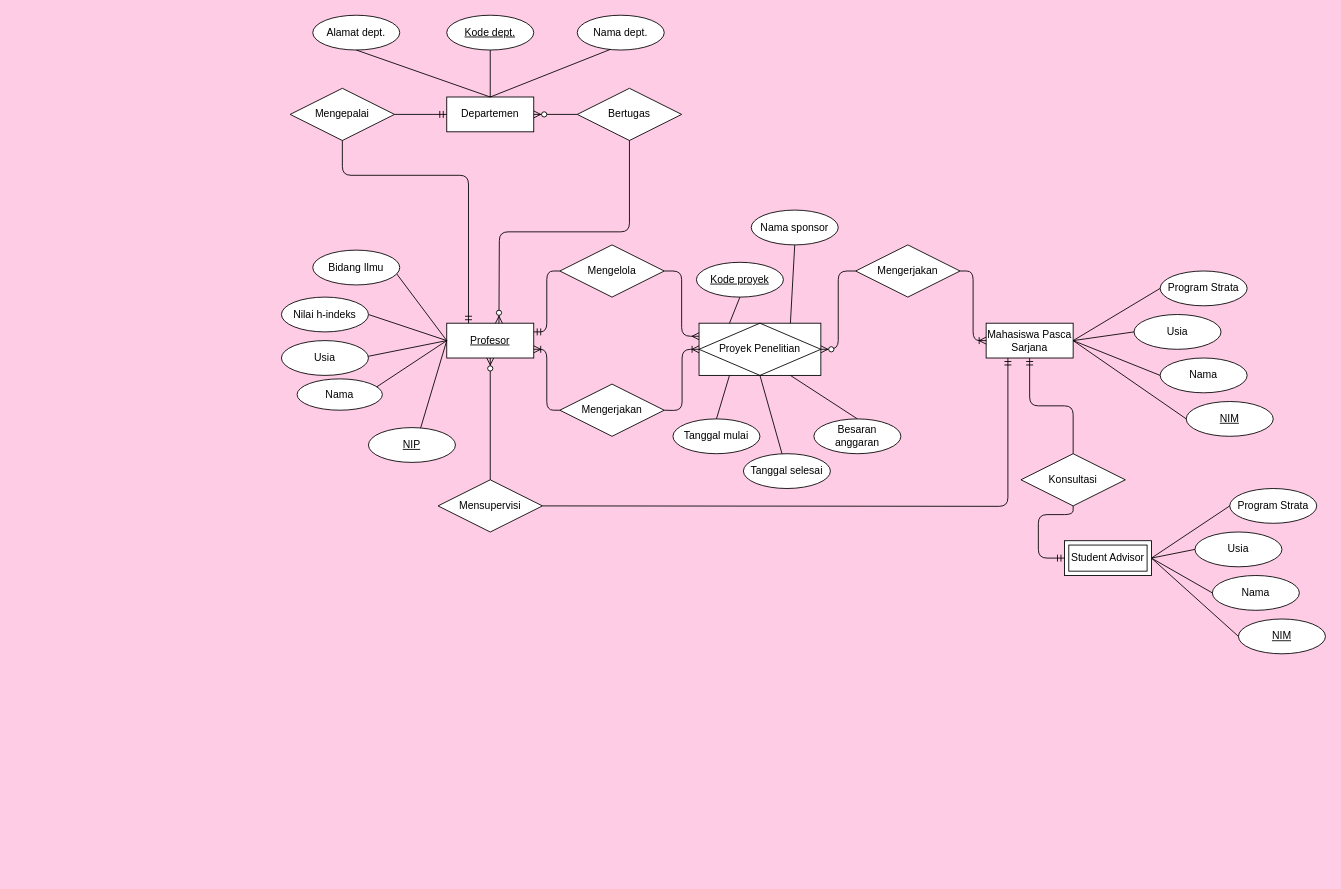
Above: diagram ERD.drawio in oktvindh/Tugas (draw.io), before the change. Source tidied: cells renumbered, new cells numbered last; positions are measured from the earlier drawing's top-left corner, leaving out a move shared by most shapes. Both pictures are drawn from the tidied source at 87%, with x=0, y=0 at pixel (272, 15).
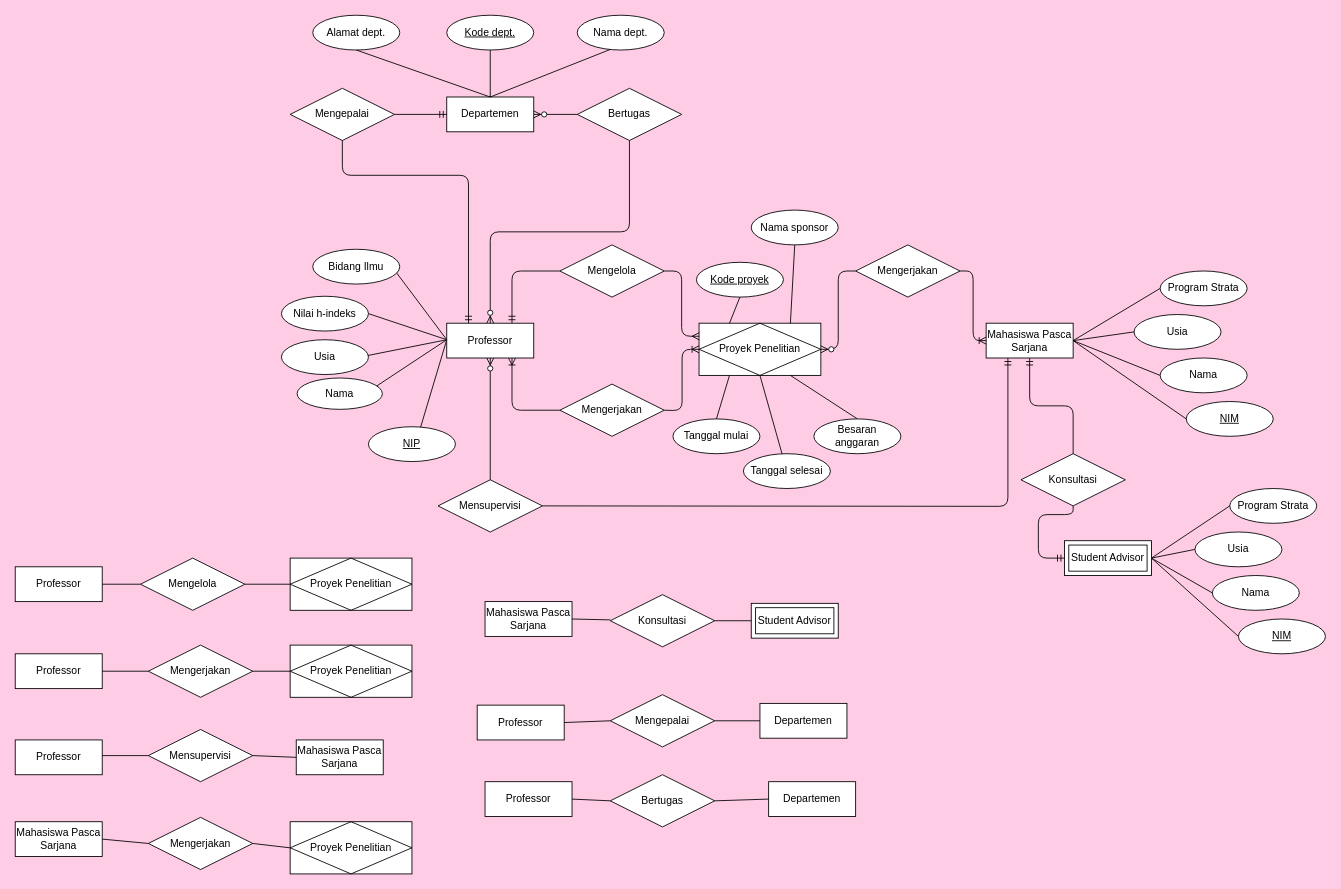
After the change.

Unchanged cells that the change refers to:
```xml
<mxCell id="24" value="NIP" style="ellipse;whiteSpace=wrap;html=1;align=center;fontStyle=4;" parent="22" vertex="1">
  <mxGeometry x="110" y="200" width="100" height="40" as="geometry" />
</mxCell>
<mxCell id="34" value="Mengelola" style="shape=rhombus;perimeter=rhombusPerimeter;whiteSpace=wrap;html=1;align=center;" parent="1" vertex="1">
  <mxGeometry x="330" y="264" width="120" height="60" as="geometry" />
</mxCell>
<mxCell id="35" value="Mengerjakan" style="shape=rhombus;perimeter=rhombusPerimeter;whiteSpace=wrap;html=1;align=center;" parent="1" vertex="1">
  <mxGeometry x="330" y="424" width="120" height="60" as="geometry" />
</mxCell>
<mxCell id="37" value="Mensupervisi" style="shape=rhombus;perimeter=rhombusPerimeter;whiteSpace=wrap;html=1;align=center;" parent="1" vertex="1">
  <mxGeometry x="190" y="534" width="120" height="60" as="geometry" />
</mxCell>
<mxCell id="46" value="Mengepalai" style="shape=rhombus;perimeter=rhombusPerimeter;whiteSpace=wrap;html=1;align=center;" parent="1" vertex="1">
  <mxGeometry x="20" y="84" width="120" height="60" as="geometry" />
</mxCell>
<mxCell id="47" value="Bertugas" style="shape=rhombus;perimeter=rhombusPerimeter;whiteSpace=wrap;html=1;align=center;" parent="1" vertex="1">
  <mxGeometry x="350" y="84" width="120" height="60" as="geometry" />
</mxCell>
```

Diff of the diagram source:
```diff
@@
     <mxCell id="22" style="group;fontStyle=0;" parent="1" vertex="1">
-      <mxGeometry y="274" width="300" height="240" as="geometry" />
+      <mxGeometry y="273" width="300" height="240" as="geometry" />
     </mxCell>
-    <mxCell id="23" value="Profesor" style="whiteSpace=wrap;html=1;align=center;fontStyle=4;" parent="22" vertex="1">
-      <mxGeometry x="200" y="80" width="100" height="40" as="geometry" />
-    </mxCell>
@@
-    <mxCell id="25" style="endArrow=none;html=1;exitX=0.599;exitY=0.019;exitDx=0;exitDy=0;exitPerimeter=0;fontStyle=4;entryX=0;entryY=0.5;entryDx=0;entryDy=0;" parent="22" edge="1" source="24" target="23">
-      <mxGeometry relative="1" as="geometry" />
+    <mxCell id="25" style="endArrow=none;html=1;exitX=0.599;exitY=0.019;exitDx=0;exitDy=0;exitPerimeter=0;fontStyle=4;entryX=0;entryY=0.5;entryDx=0;entryDy=0;" parent="22" edge="1" source="24">
+      <mxGeometry relative="1" as="geometry">
+        <mxPoint x="200" y="100" as="targetPoint" />
+      </mxGeometry>
     </mxCell>
@@
-    <mxCell id="27" style="endArrow=none;html=1;entryX=0;entryY=0.5;entryDx=0;entryDy=0;exitX=1;exitY=0.5;exitDx=0;exitDy=0;fontStyle=4;" parent="22" edge="1" target="23">
+    <mxCell id="27" style="endArrow=none;html=1;entryX=0;entryY=0.5;entryDx=0;entryDy=0;exitX=1;exitY=0.5;exitDx=0;exitDy=0;fontStyle=4;" parent="22" edge="1">
       <mxGeometry relative="1" as="geometry">
         <mxPoint x="100" y="120" as="sourcePoint" />
+        <mxPoint x="200" y="100" as="targetPoint" />
       </mxGeometry>
     </mxCell>
-    <mxCell id="28" style="endArrow=none;html=1;exitX=1;exitY=0.5;exitDx=0;exitDy=0;entryX=0;entryY=0.5;entryDx=0;entryDy=0;fontStyle=4;" parent="22" edge="1" target="23">
+    <mxCell id="28" style="endArrow=none;html=1;exitX=1;exitY=0.5;exitDx=0;exitDy=0;entryX=0;entryY=0.5;entryDx=0;entryDy=0;fontStyle=4;" parent="22" edge="1">
       <mxGeometry relative="1" as="geometry">
         <mxPoint x="110" y="70" as="sourcePoint" />
+        <mxPoint x="200" y="100" as="targetPoint" />
       </mxGeometry>
     </mxCell>
-    <mxCell id="29" style="endArrow=none;html=1;entryX=0;entryY=0.5;entryDx=0;entryDy=0;exitX=1;exitY=0.5;exitDx=0;exitDy=0;fontStyle=4;" parent="22" edge="1" target="23">
+    <mxCell id="29" style="endArrow=none;html=1;entryX=0;entryY=0.5;entryDx=0;entryDy=0;exitX=1;exitY=0.5;exitDx=0;exitDy=0;fontStyle=4;" parent="22" edge="1">
       <mxGeometry relative="1" as="geometry">
         <mxPoint x="140" y="20" as="sourcePoint" />
+        <mxPoint x="200" y="100" as="targetPoint" />
       </mxGeometry>
     </mxCell>
@@
+    <mxCell id="71" value="Professor" style="whiteSpace=wrap;html=1;align=center;" parent="22" vertex="1">
+      <mxGeometry x="200" y="81" width="100" height="40" as="geometry" />
+    </mxCell>
@@
-    <mxCell id="38" style="edgeStyle=orthogonalEdgeStyle;fontSize=12;html=1;endArrow=ERmandOne;entryX=1;entryY=0.25;entryDx=0;entryDy=0;exitX=0;exitY=0.5;exitDx=0;exitDy=0;" parent="1" edge="1" source="34" target="23">
+    <mxCell id="38" style="edgeStyle=orthogonalEdgeStyle;fontSize=12;html=1;endArrow=ERmandOne;entryX=0.75;entryY=0;entryDx=0;entryDy=0;exitX=0;exitY=0.5;exitDx=0;exitDy=0;" parent="1" edge="1" source="34" target="71">
       <mxGeometry relative="1" as="geometry" />
     </mxCell>
@@
-    <mxCell id="40" style="edgeStyle=orthogonalEdgeStyle;fontSize=12;html=1;endArrow=ERoneToMany;exitX=0;exitY=0.5;exitDx=0;exitDy=0;entryX=1;entryY=0.75;entryDx=0;entryDy=0;" parent="1" edge="1" source="35" target="23">
+    <mxCell id="40" style="edgeStyle=orthogonalEdgeStyle;fontSize=12;html=1;endArrow=ERoneToMany;exitX=0;exitY=0.5;exitDx=0;exitDy=0;entryX=0.75;entryY=1;entryDx=0;entryDy=0;" parent="1" edge="1" source="35" target="71">
       <mxGeometry relative="1" as="geometry" />
     </mxCell>
@@
-    <mxCell id="44" style="fontSize=12;html=1;endArrow=ERzeroToMany;endFill=1;exitX=0.5;exitY=0;exitDx=0;exitDy=0;entryX=0.5;entryY=1;entryDx=0;entryDy=0;" parent="1" edge="1" source="37" target="23">
-      <mxGeometry relative="1" as="geometry" />
+    <mxCell id="44" style="fontSize=12;html=1;endArrow=ERzeroToMany;endFill=1;exitX=0.5;exitY=0;exitDx=0;exitDy=0;entryX=0.5;entryY=1;entryDx=0;entryDy=0;" parent="1" edge="1" source="37">
+      <mxGeometry relative="1" as="geometry">
+        <mxPoint x="250" y="394" as="targetPoint" />
+      </mxGeometry>
     </mxCell>
@@
-    <mxCell id="49" style="edgeStyle=orthogonalEdgeStyle;fontSize=12;html=1;endArrow=ERmandOne;entryX=0.25;entryY=0;entryDx=0;entryDy=0;exitX=0.5;exitY=1;exitDx=0;exitDy=0;" parent="1" edge="1" source="46" target="23">
+    <mxCell id="49" style="edgeStyle=orthogonalEdgeStyle;fontSize=12;html=1;endArrow=ERmandOne;entryX=0.25;entryY=0;entryDx=0;entryDy=0;exitX=0.5;exitY=1;exitDx=0;exitDy=0;" parent="1" edge="1" source="46" target="71">
       <mxGeometry relative="1" as="geometry">
         <Array as="points">
           <mxPoint x="80" y="184" />
           <mxPoint x="225" y="184" />
         </Array>
       </mxGeometry>
     </mxCell>
@@
-    <mxCell id="53" style="edgeStyle=orthogonalEdgeStyle;fontSize=12;html=1;endArrow=ERzeroToMany;endFill=1;entryX=1;entryY=0.5;entryDx=0;entryDy=0;exitX=0.5;exitY=1;exitDx=0;exitDy=0;" parent="1" edge="1" source="47">
-      <mxGeometry relative="1" as="geometry">
-        <mxPoint x="260" y="354" as="targetPoint" />
-      </mxGeometry>
+    <mxCell id="53" style="edgeStyle=orthogonalEdgeStyle;fontSize=12;html=1;endArrow=ERzeroToMany;endFill=1;entryX=0.5;entryY=0;entryDx=0;entryDy=0;exitX=0.5;exitY=1;exitDx=0;exitDy=0;" parent="1" edge="1" source="47" target="71">
+      <mxGeometry relative="1" as="geometry" />
     </mxCell>
@@
+    <mxCell id="72" value="Professor" style="whiteSpace=wrap;html=1;align=center;" parent="1" vertex="1">
+      <mxGeometry x="-296" y="634" width="100" height="40" as="geometry" />
+    </mxCell>
+    <mxCell id="73" value="Mengelola" style="shape=rhombus;perimeter=rhombusPerimeter;whiteSpace=wrap;html=1;align=center;" parent="1" vertex="1">
+      <mxGeometry x="-152" y="624" width="120" height="60" as="geometry" />
+    </mxCell>
+    <mxCell id="74" value="Proyek Penelitian" style="shape=associativeEntity;whiteSpace=wrap;html=1;align=center;" parent="1" vertex="1">
+      <mxGeometry x="20" y="624" width="140" height="60" as="geometry" />
+    </mxCell>
+    <mxCell id="75" value="Professor" style="whiteSpace=wrap;html=1;align=center;" parent="1" vertex="1">
+      <mxGeometry x="-296" y="734" width="100" height="40" as="geometry" />
+    </mxCell>
+    <mxCell id="76" value="Mengerjakan" style="shape=rhombus;perimeter=rhombusPerimeter;whiteSpace=wrap;html=1;align=center;" parent="1" vertex="1">
+      <mxGeometry x="-143" y="724" width="120" height="60" as="geometry" />
+    </mxCell>
+    <mxCell id="77" value="Proyek Penelitian" style="shape=associativeEntity;whiteSpace=wrap;html=1;align=center;" parent="1" vertex="1">
+      <mxGeometry x="20" y="724" width="140" height="60" as="geometry" />
+    </mxCell>
+    <mxCell id="78" value="Professor" style="whiteSpace=wrap;html=1;align=center;" parent="1" vertex="1">
+      <mxGeometry x="-296" y="833" width="100" height="40" as="geometry" />
+    </mxCell>
+    <mxCell id="79" value="Mensupervisi" style="shape=rhombus;perimeter=rhombusPerimeter;whiteSpace=wrap;html=1;align=center;" parent="1" vertex="1">
+      <mxGeometry x="-143" y="821" width="120" height="60" as="geometry" />
+    </mxCell>
+    <mxCell id="80" value="Mahasiswa Pasca Sarjana" style="whiteSpace=wrap;html=1;align=center;" parent="1" vertex="1">
+      <mxGeometry x="27" y="833" width="100" height="40" as="geometry" />
+    </mxCell>
+    <mxCell id="81" value="Mahasiswa Pasca Sarjana" style="whiteSpace=wrap;html=1;align=center;" parent="1" vertex="1">
+      <mxGeometry x="-296" y="927" width="100" height="40" as="geometry" />
+    </mxCell>
+    <mxCell id="82" value="Mengerjakan" style="shape=rhombus;perimeter=rhombusPerimeter;whiteSpace=wrap;html=1;align=center;" parent="1" vertex="1">
+      <mxGeometry x="-143" y="922" width="120" height="60" as="geometry" />
+    </mxCell>
+    <mxCell id="83" value="Proyek Penelitian" style="shape=associativeEntity;whiteSpace=wrap;html=1;align=center;" parent="1" vertex="1">
+      <mxGeometry x="20" y="927" width="140" height="60" as="geometry" />
+    </mxCell>
+    <mxCell id="84" value="Mahasiswa Pasca Sarjana" style="whiteSpace=wrap;html=1;align=center;" parent="1" vertex="1">
+      <mxGeometry x="244" y="674" width="100" height="40" as="geometry" />
+    </mxCell>
+    <mxCell id="85" value="Konsultasi" style="shape=rhombus;perimeter=rhombusPerimeter;whiteSpace=wrap;html=1;align=center;" parent="1" vertex="1">
+      <mxGeometry x="388" y="666" width="120" height="60" as="geometry" />
+    </mxCell>
+    <mxCell id="86" value="Student Advisor" style="shape=ext;margin=3;double=1;whiteSpace=wrap;html=1;align=center;" parent="1" vertex="1">
+      <mxGeometry x="550" y="676" width="100" height="40" as="geometry" />
+    </mxCell>
+    <mxCell id="87" value="Professor" style="whiteSpace=wrap;html=1;align=center;" parent="1" vertex="1">
+      <mxGeometry x="235" y="793" width="100" height="40" as="geometry" />
+    </mxCell>
+    <mxCell id="88" value="Professor" style="whiteSpace=wrap;html=1;align=center;" parent="1" vertex="1">
+      <mxGeometry x="244" y="881" width="100" height="40" as="geometry" />
+    </mxCell>
+    <mxCell id="89" value="Departemen" style="whiteSpace=wrap;html=1;align=center;" parent="1" vertex="1">
+      <mxGeometry x="560" y="791" width="100" height="40" as="geometry" />
+    </mxCell>
+    <mxCell id="90" value="Departemen" style="whiteSpace=wrap;html=1;align=center;" parent="1" vertex="1">
+      <mxGeometry x="570" y="881" width="100" height="40" as="geometry" />
+    </mxCell>
+    <mxCell id="91" value="Mengepalai" style="shape=rhombus;perimeter=rhombusPerimeter;whiteSpace=wrap;html=1;align=center;" parent="1" vertex="1">
+      <mxGeometry x="388" y="781" width="120" height="60" as="geometry" />
+    </mxCell>
+    <mxCell id="92" value="Bertugas" style="shape=rhombus;perimeter=rhombusPerimeter;whiteSpace=wrap;html=1;align=center;" parent="1" vertex="1">
+      <mxGeometry x="388" y="873" width="120" height="60" as="geometry" />
+    </mxCell>
+    <mxCell id="93" style="endArrow=none;html=1;exitX=1;exitY=0.5;exitDx=0;exitDy=0;entryX=0;entryY=0.5;entryDx=0;entryDy=0;" parent="1" edge="1" source="72" target="73">
+      <mxGeometry relative="1" as="geometry" />
+    </mxCell>
+    <mxCell id="94" style="endArrow=none;html=1;exitX=1;exitY=0.5;exitDx=0;exitDy=0;entryX=0;entryY=0.5;entryDx=0;entryDy=0;" parent="1" edge="1" source="73" target="74">
+      <mxGeometry relative="1" as="geometry" />
+    </mxCell>
+    <mxCell id="95" style="endArrow=none;html=1;entryX=0;entryY=0.5;entryDx=0;entryDy=0;exitX=1;exitY=0.5;exitDx=0;exitDy=0;" parent="1" edge="1" source="75" target="76">
+      <mxGeometry relative="1" as="geometry" />
+    </mxCell>
+    <mxCell id="96" style="endArrow=none;html=1;exitX=1;exitY=0.5;exitDx=0;exitDy=0;entryX=0;entryY=0.5;entryDx=0;entryDy=0;" parent="1" edge="1" source="76" target="77">
+      <mxGeometry relative="1" as="geometry" />
+    </mxCell>
+    <mxCell id="97" style="endArrow=none;html=1;entryX=0;entryY=0.5;entryDx=0;entryDy=0;" parent="1" edge="1" target="79">
+      <mxGeometry relative="1" as="geometry">
+        <mxPoint x="-196" y="851" as="sourcePoint" />
+      </mxGeometry>
+    </mxCell>
+    <mxCell id="98" style="endArrow=none;html=1;entryX=0;entryY=0.5;entryDx=0;entryDy=0;exitX=1;exitY=0.5;exitDx=0;exitDy=0;" parent="1" edge="1" source="79" target="80">
+      <mxGeometry relative="1" as="geometry" />
+    </mxCell>
+    <mxCell id="99" style="edgeStyle=none;rounded=0;orthogonalLoop=1;jettySize=auto;html=1;entryX=1;entryY=0.5;entryDx=0;entryDy=0;" parent="1" edge="1" source="79" target="79">
+      <mxGeometry relative="1" as="geometry" />
+    </mxCell>
+    <mxCell id="100" style="endArrow=none;html=1;entryX=0;entryY=0.5;entryDx=0;entryDy=0;exitX=1;exitY=0.5;exitDx=0;exitDy=0;" parent="1" edge="1" source="81" target="82">
+      <mxGeometry relative="1" as="geometry" />
+    </mxCell>
+    <mxCell id="101" style="endArrow=none;html=1;entryX=0;entryY=0.5;entryDx=0;entryDy=0;exitX=1;exitY=0.5;exitDx=0;exitDy=0;" parent="1" edge="1" source="82" target="83">
+      <mxGeometry relative="1" as="geometry" />
+    </mxCell>
+    <mxCell id="102" style="endArrow=none;html=1;exitX=1;exitY=0.5;exitDx=0;exitDy=0;" parent="1" edge="1" source="84">
+      <mxGeometry relative="1" as="geometry">
+        <mxPoint x="388" y="695" as="targetPoint" />
+      </mxGeometry>
+    </mxCell>
+    <mxCell id="103" style="endArrow=none;html=1;exitX=1;exitY=0.5;exitDx=0;exitDy=0;entryX=0;entryY=0.5;entryDx=0;entryDy=0;" parent="1" edge="1" source="85" target="86">
+      <mxGeometry relative="1" as="geometry" />
+    </mxCell>
+    <mxCell id="104" style="endArrow=none;html=1;exitX=1;exitY=0.5;exitDx=0;exitDy=0;entryX=0;entryY=0.5;entryDx=0;entryDy=0;" parent="1" edge="1" source="87" target="91">
+      <mxGeometry relative="1" as="geometry" />
+    </mxCell>
+    <mxCell id="105" style="endArrow=none;html=1;exitX=1;exitY=0.5;exitDx=0;exitDy=0;entryX=0;entryY=0.5;entryDx=0;entryDy=0;" parent="1" edge="1" source="91" target="89">
+      <mxGeometry relative="1" as="geometry" />
+    </mxCell>
+    <mxCell id="106" style="endArrow=none;html=1;exitX=1;exitY=0.5;exitDx=0;exitDy=0;entryX=0;entryY=0.5;entryDx=0;entryDy=0;" parent="1" edge="1" source="88" target="92">
+      <mxGeometry relative="1" as="geometry" />
+    </mxCell>
+    <mxCell id="107" style="endArrow=none;html=1;exitX=1;exitY=0.5;exitDx=0;exitDy=0;entryX=0;entryY=0.5;entryDx=0;entryDy=0;" parent="1" edge="1" source="92" target="90">
+      <mxGeometry relative="1" as="geometry" />
+    </mxCell>
```
